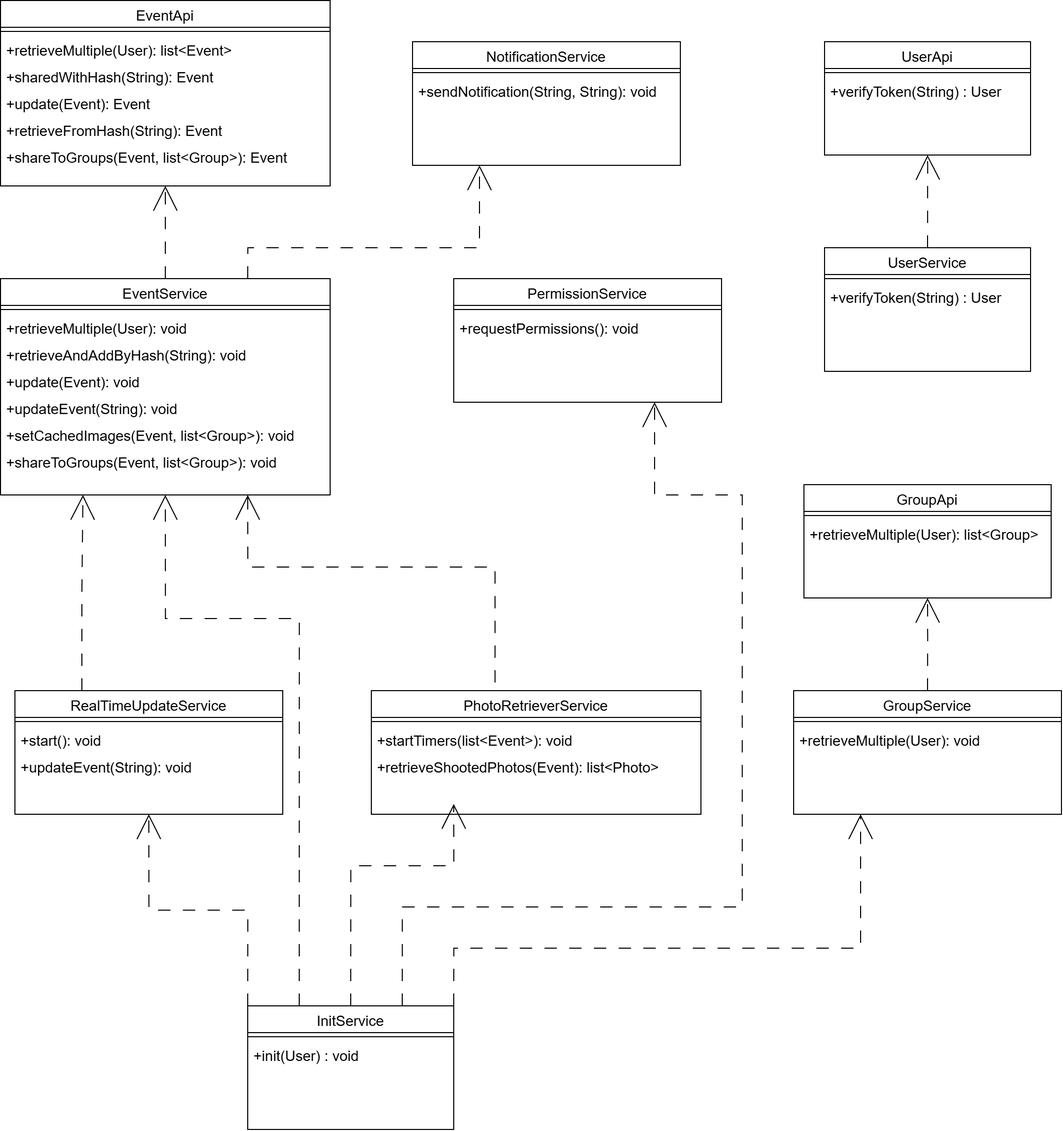
RedDuality/WYDAnalisys keeps this draw.io diagram as latex/immagini/impl/FrontServiceClassDiagram.png. Above is the earlier version. Source tidied: cells renumbered, new cells last; positions are measured from the earlier drawing's top-left corner, leaving out a move shared by most shapes.
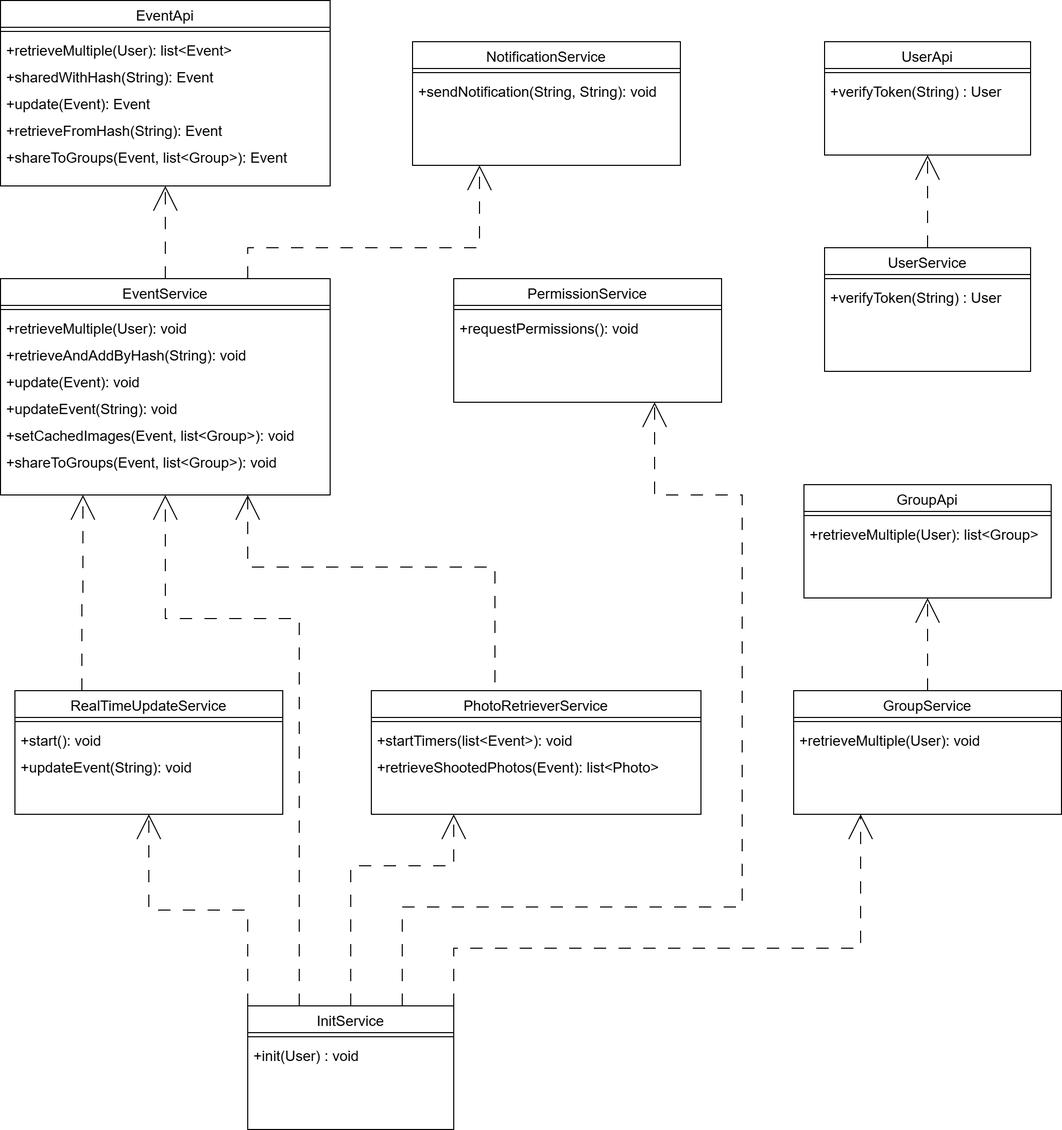
After the commit.

The edit, as a diff of the source:
```diff
@@ -183,9 +183,8 @@
     <mxCell id="53" style="endArrow=open;html=1;rounded=0;exitX=0;exitY=0;exitDx=0;exitDy=0;dashed=1;dashPattern=12 12;endFill=0;endSize=22;edgeStyle=orthogonalEdgeStyle;startFill=0;fontSize=14;entryX=0.5;entryY=1;entryDx=0;entryDy=0;" parent="1" edge="1" source="6" target="12">
       <mxGeometry relative="1" as="geometry" />
     </mxCell>
-    <mxCell id="54" style="endArrow=open;html=1;rounded=0;exitX=0.5;exitY=0;exitDx=0;exitDy=0;dashed=1;dashPattern=12 12;endFill=0;endSize=22;edgeStyle=orthogonalEdgeStyle;startFill=0;fontSize=14;" parent="1" edge="1" source="6">
+    <mxCell id="54" style="endArrow=open;html=1;rounded=0;exitX=0.5;exitY=0;exitDx=0;exitDy=0;dashed=1;dashPattern=12 12;endFill=0;endSize=22;edgeStyle=orthogonalEdgeStyle;startFill=0;fontSize=14;entryX=0.25;entryY=1;entryDx=0;entryDy=0;" parent="1" edge="1" source="6" target="30">
       <mxGeometry relative="1" as="geometry">
-        <mxPoint x="440" y="780" as="targetPoint" />
         <Array as="points">
           <mxPoint x="340" y="840" />
           <mxPoint x="440" y="840" />
```
